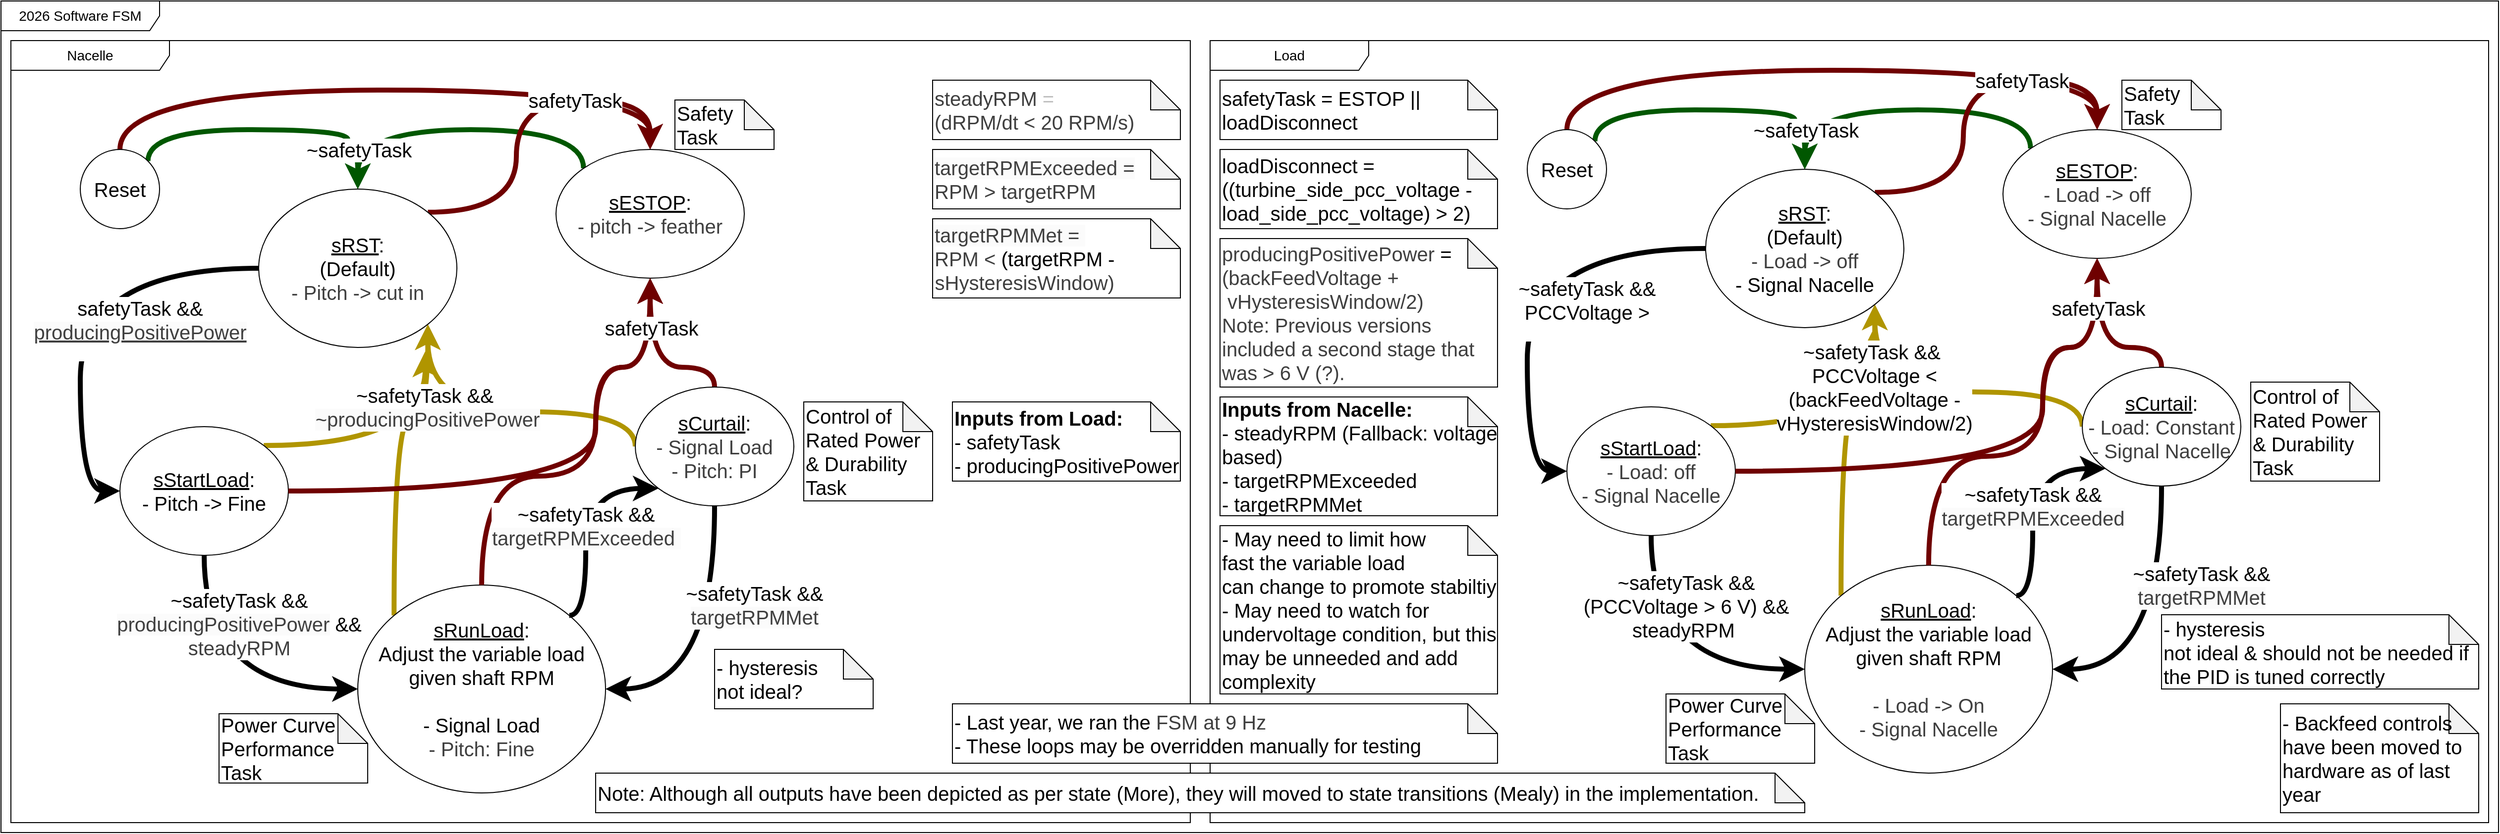
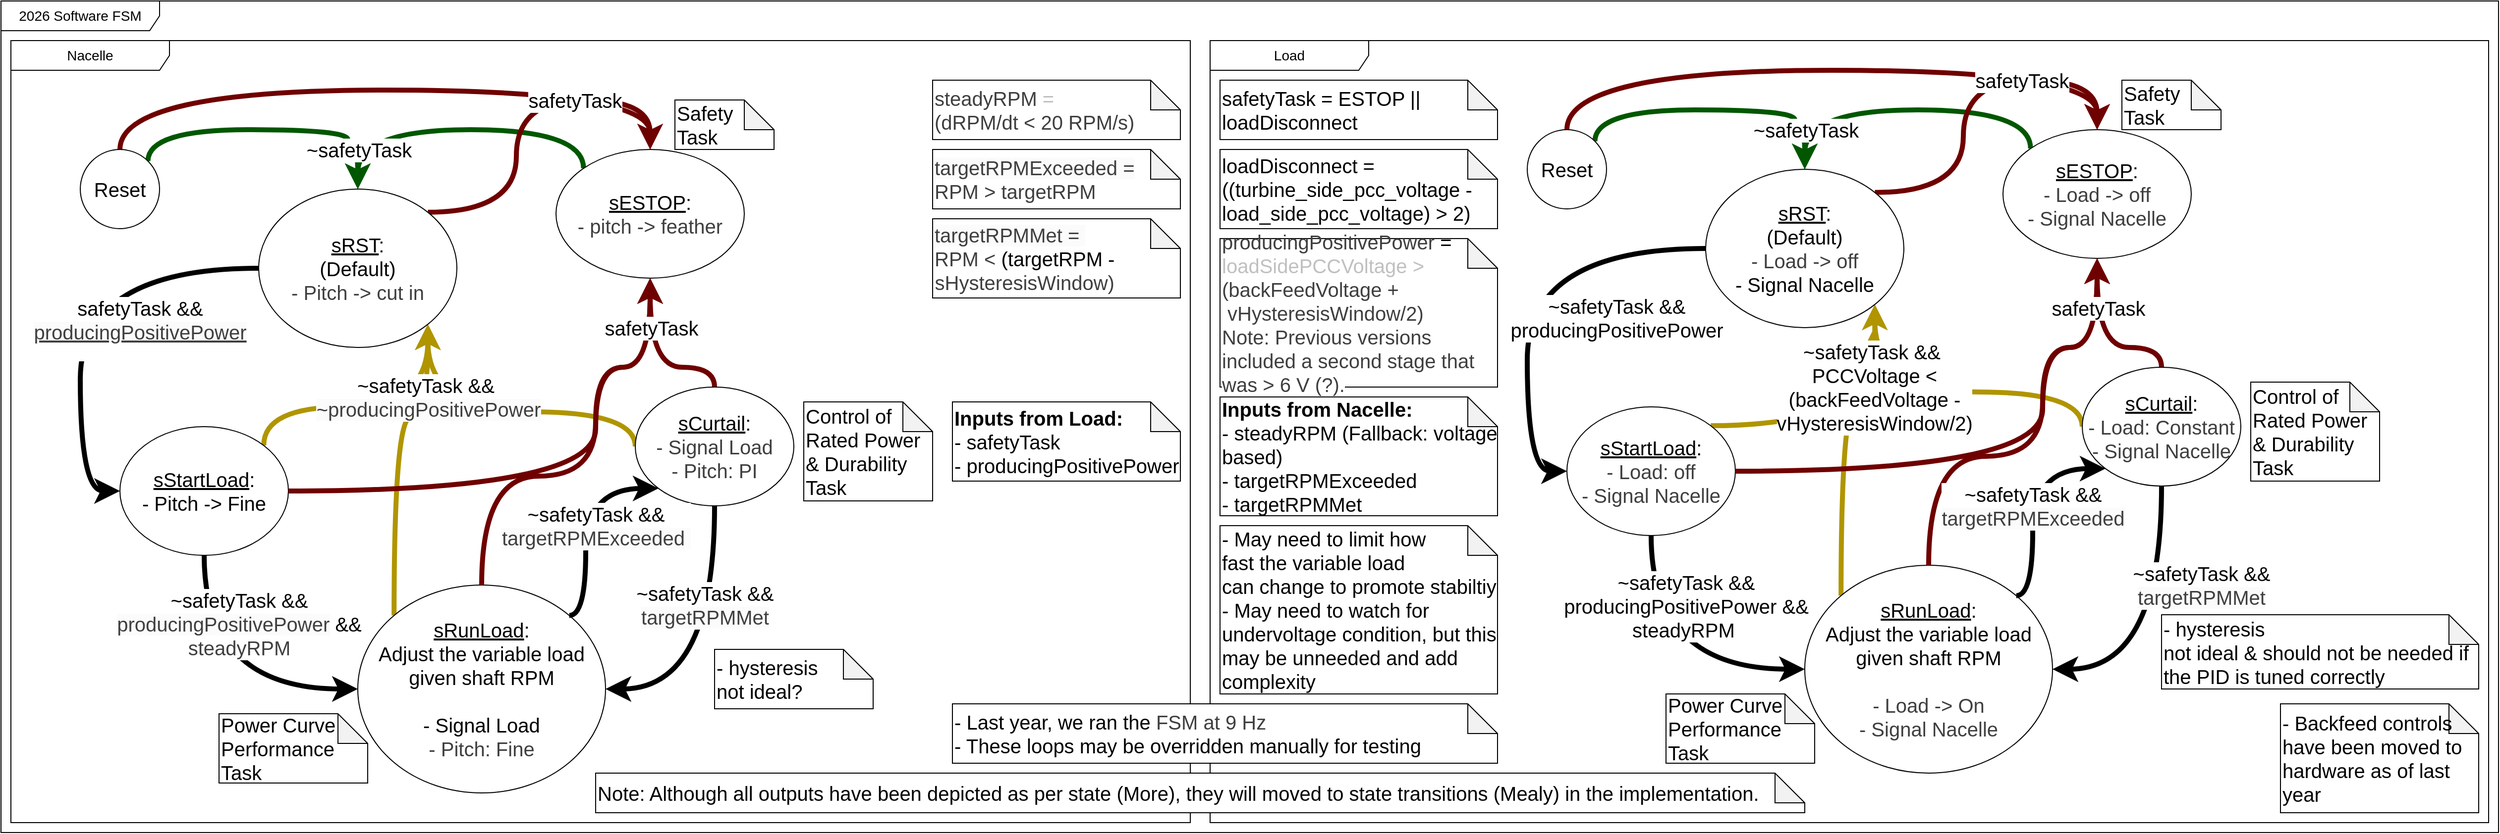
<mxfile host="65bd71144e">
    <diagram id="SB79aGflLbm6-LKJB5wv" name="Page-1">
-         <mxGraphModel dx="889" dy="596" grid="1" gridSize="10" guides="1" tooltips="1" connect="1" arrows="1" fold="1" page="1" pageScale="1" pageWidth="1920" pageHeight="1080" math="0" shadow="0">
+         <mxGraphModel dx="727" dy="662" grid="1" gridSize="10" guides="1" tooltips="1" connect="1" arrows="1" fold="1" page="1" pageScale="1" pageWidth="1920" pageHeight="1080" math="0" shadow="0">
            <root>
                <mxCell id="0"/>
                <mxCell id="1" parent="0"/>
                <mxCell id="31" value="&lt;font&gt;Nacelle&lt;/font&gt;" style="shape=umlFrame;whiteSpace=wrap;html=1;pointerEvents=0;recursiveResize=0;container=0;collapsible=0;width=160;fontSize=14;" parent="1" vertex="1">
                    <mxGeometry x="20" y="50" width="1190" height="790" as="geometry"/>
                </mxCell>
                <mxCell id="54" value="&lt;font&gt;Load&lt;/font&gt;" style="shape=umlFrame;whiteSpace=wrap;html=1;pointerEvents=0;recursiveResize=0;container=1;collapsible=0;width=160;fontSize=14;" parent="1" vertex="1">
                    <mxGeometry x="1230" y="50" width="1290" height="790" as="geometry"/>
                </mxCell>
                <mxCell id="55" style="edgeStyle=orthogonalEdgeStyle;html=1;exitX=0;exitY=0.5;exitDx=0;exitDy=0;entryX=1;entryY=1;entryDx=0;entryDy=0;fillColor=#e3c800;strokeColor=#B09500;curved=1;fontSize=14;endSize=10;startSize=10;strokeWidth=5;" parent="54" source="78" target="81" edge="1">
                    <mxGeometry relative="1" as="geometry">
                        <Array as="points">
                            <mxPoint x="671" y="355"/>
                        </Array>
                    </mxGeometry>
                </mxCell>
                <mxCell id="56" style="edgeStyle=orthogonalEdgeStyle;html=1;exitX=0;exitY=0;exitDx=0;exitDy=0;entryX=1;entryY=1;entryDx=0;entryDy=0;fillColor=#e3c800;strokeColor=#B09500;curved=1;fontSize=14;endSize=10;startSize=10;strokeWidth=5;" parent="54" source="71" target="81" edge="1">
                    <mxGeometry relative="1" as="geometry">
                        <Array as="points">
                            <mxPoint x="637" y="360"/>
                            <mxPoint x="671" y="360"/>
                        </Array>
                    </mxGeometry>
                </mxCell>
                <mxCell id="57" style="edgeStyle=orthogonalEdgeStyle;html=1;exitX=0.5;exitY=0;exitDx=0;exitDy=0;entryX=0.5;entryY=1;entryDx=0;entryDy=0;curved=1;fillColor=#a20025;strokeColor=#6F0000;fontSize=14;endSize=10;startSize=10;strokeWidth=5;" parent="54" source="78" target="74" edge="1">
                    <mxGeometry relative="1" as="geometry">
                        <Array as="points">
                            <mxPoint x="895" y="310"/>
                        </Array>
                    </mxGeometry>
                </mxCell>
                <mxCell id="58" style="edgeStyle=orthogonalEdgeStyle;html=1;exitX=0;exitY=0;exitDx=0;exitDy=0;curved=1;fillColor=#008a00;strokeColor=#005700;entryX=0.5;entryY=0;entryDx=0;entryDy=0;fontSize=14;endSize=10;startSize=10;strokeWidth=5;" parent="54" source="74" target="81" edge="1">
                    <mxGeometry relative="1" as="geometry">
                        <mxPoint x="620" y="200.03999999999996" as="targetPoint"/>
                        <Array as="points">
                            <mxPoint x="828" y="70"/>
                            <mxPoint x="600" y="70"/>
                        </Array>
                    </mxGeometry>
                </mxCell>
                <mxCell id="59" style="edgeStyle=orthogonalEdgeStyle;html=1;exitX=1;exitY=0;exitDx=0;exitDy=0;entryX=0.5;entryY=0;entryDx=0;entryDy=0;curved=1;fillColor=#a20025;strokeColor=#6F0000;fontSize=14;endSize=10;startSize=10;strokeWidth=5;" parent="54" source="81" target="74" edge="1">
                    <mxGeometry relative="1" as="geometry">
                        <Array as="points">
                            <mxPoint x="760" y="153"/>
                            <mxPoint x="760" y="40"/>
                            <mxPoint x="895" y="40"/>
                        </Array>
                    </mxGeometry>
                </mxCell>
                <mxCell id="60" value="&lt;font&gt;&lt;span&gt;- May need to&amp;nbsp;&lt;/span&gt;&lt;span style=&quot;background-color: transparent;&quot;&gt;limit how&lt;/span&gt;&lt;/font&gt;&lt;div&gt;&lt;span style=&quot;background-color: transparent;&quot;&gt;&lt;font&gt;fast the variable load&lt;/font&gt;&lt;/span&gt;&lt;/div&gt;&lt;div&gt;&lt;span style=&quot;background-color: transparent;&quot;&gt;&lt;font&gt;can change to promote stabiltiy&lt;/font&gt;&lt;/span&gt;&lt;div&gt;&lt;font&gt;&lt;span&gt;-&amp;nbsp;&lt;/span&gt;&lt;span style=&quot;text-align: center; background-color: transparent;&quot;&gt;May need to watch for undervoltage condition, but this may be unneeded and add complexity&lt;/span&gt;&lt;/font&gt;&lt;/div&gt;&lt;/div&gt;" style="shape=note;whiteSpace=wrap;html=1;backgroundOutline=1;darkOpacity=0.05;align=left;fontSize=20;" parent="54" vertex="1">
                    <mxGeometry x="10" y="490" width="280" height="170" as="geometry"/>
                </mxCell>
                <mxCell id="62" value="&lt;font&gt;loadDisconnect = ((turbine_side_pcc_voltage - load_side_pcc_voltage) &amp;gt; 2)&lt;/font&gt;" style="shape=note;whiteSpace=wrap;html=1;backgroundOutline=1;darkOpacity=0.05;align=left;fontSize=20;" parent="54" vertex="1">
                    <mxGeometry x="10" y="110" width="280" height="80" as="geometry"/>
                </mxCell>
                <mxCell id="63" style="edgeStyle=orthogonalEdgeStyle;html=1;exitX=1;exitY=0;exitDx=0;exitDy=0;entryX=0.5;entryY=0;entryDx=0;entryDy=0;curved=1;fillColor=#008a00;strokeColor=#005700;fontSize=14;endSize=10;startSize=10;strokeWidth=5;" parent="54" source="67" target="81" edge="1">
                    <mxGeometry relative="1" as="geometry">
                        <Array as="points">
                            <mxPoint x="388" y="70"/>
                            <mxPoint x="590" y="70"/>
                            <mxPoint x="590" y="90"/>
                            <mxPoint x="600" y="90"/>
                        </Array>
                    </mxGeometry>
                </mxCell>
                <mxCell id="64" value="&lt;font style=&quot;color: light-dark(rgb(0, 0, 0), rgb(130, 205, 130)); font-size: 20px;&quot;&gt;~safetyTask&lt;/font&gt;" style="edgeLabel;html=1;align=center;verticalAlign=middle;resizable=0;points=[];fontSize=14;" parent="63" vertex="1" connectable="0">
                    <mxGeometry x="0.2777" y="-3" relative="1" as="geometry">
                        <mxPoint x="50" y="17" as="offset"/>
                    </mxGeometry>
                </mxCell>
                <mxCell id="65" style="edgeStyle=orthogonalEdgeStyle;html=1;exitX=0.5;exitY=0;exitDx=0;exitDy=0;entryX=0.5;entryY=0;entryDx=0;entryDy=0;curved=1;fillColor=#a20025;strokeColor=#6F0000;fontSize=14;endSize=10;startSize=10;strokeWidth=5;" parent="54" source="67" target="74" edge="1">
                    <mxGeometry relative="1" as="geometry">
                        <Array as="points">
                            <mxPoint x="360" y="30"/>
                            <mxPoint x="895" y="30"/>
                        </Array>
                    </mxGeometry>
                </mxCell>
                <mxCell id="66" value="&lt;font style=&quot;color: light-dark(rgb(0, 0, 0), rgb(255, 197, 197)); font-size: 20px;&quot;&gt;safetyTask&lt;/font&gt;" style="edgeLabel;html=1;align=center;verticalAlign=middle;resizable=0;points=[];fontSize=14;" parent="65" vertex="1" connectable="0">
                    <mxGeometry x="0.0694" y="-1" relative="1" as="geometry">
                        <mxPoint x="169" y="9" as="offset"/>
                    </mxGeometry>
                </mxCell>
                <mxCell id="67" value="&lt;font&gt;Reset&lt;/font&gt;" style="ellipse;whiteSpace=wrap;html=1;fontSize=20;" parent="54" vertex="1">
                    <mxGeometry x="320" y="90" width="80" height="80" as="geometry"/>
                </mxCell>
                <mxCell id="68" style="edgeStyle=orthogonalEdgeStyle;html=1;exitX=1;exitY=0;exitDx=0;exitDy=0;curved=1;fillColor=#e3c800;strokeColor=#B09500;fontSize=14;strokeWidth=5;endSize=10;startSize=10;" parent="54" source="70" edge="1">
                    <mxGeometry relative="1" as="geometry">
                        <mxPoint x="668" y="294" as="targetPoint"/>
                    </mxGeometry>
                </mxCell>
                <mxCell id="69" value="&lt;div&gt;&lt;font style=&quot;color: light-dark(rgb(0, 0, 0), rgb(141, 118, 0)); font-size: 20px;&quot;&gt;&lt;font&gt;~safetyTask&lt;/font&gt;&lt;span style=&quot;background-color: light-dark(#ffffff, var(--ge-dark-color, #121212));&quot;&gt;&amp;nbsp;&amp;amp;&amp;amp;&amp;nbsp;&lt;/span&gt;&lt;/font&gt;&lt;/div&gt;&lt;font style=&quot;color: light-dark(rgb(0, 0, 0), rgb(141, 118, 0)); font-size: 20px;&quot;&gt;PCCVoltage &amp;lt;&lt;/font&gt;&lt;div&gt;&lt;font&gt;&lt;span style=&quot;background-color: light-dark(#ffffff, var(--ge-dark-color, #121212));&quot;&gt;&lt;font style=&quot;color: light-dark(rgb(0, 0, 0), rgb(141, 118, 0)); font-size: 20px;&quot;&gt;(backFeedVoltage -&lt;/font&gt;&lt;/span&gt;&lt;/font&gt;&lt;div style=&quot;scrollbar-color: rgb(75, 75, 75) rgb(27, 29, 30);&quot;&gt;&lt;font style=&quot;scrollbar-color: rgb(75, 75, 75) rgb(27, 29, 30); color: light-dark(rgb(0, 0, 0), rgb(141, 118, 0)); font-size: 20px;&quot;&gt;vHysteresisWindow/2)&lt;/font&gt;&lt;/div&gt;&lt;/div&gt;" style="edgeLabel;html=1;align=center;verticalAlign=middle;resizable=0;points=[];fontSize=14;" parent="68" vertex="1" connectable="0">
                    <mxGeometry x="-0.206" relative="1" as="geometry">
                        <mxPoint x="62" y="-39" as="offset"/>
                    </mxGeometry>
                </mxCell>
                <mxCell id="70" value="&lt;div&gt;&lt;font style=&quot;font-size: 20px;&quot;&gt;&lt;u&gt;sStartLoad&lt;/u&gt;:&lt;/font&gt;&lt;/div&gt;&lt;div&gt;&lt;div style=&quot;scrollbar-color: rgb(75, 75, 75) rgb(27, 29, 30);&quot;&gt;&lt;span style=&quot;color: rgb(63, 63, 63); font-size: 20px; background-color: transparent;&quot;&gt;- Load: off&lt;/span&gt;&lt;/div&gt;&lt;div style=&quot;scrollbar-color: rgb(75, 75, 75) rgb(27, 29, 30);&quot;&gt;&lt;span style=&quot;color: rgb(63, 63, 63); font-size: 20px;&quot;&gt;- Signal Nacelle&lt;/span&gt;&lt;/div&gt;&lt;/div&gt;" style="ellipse;whiteSpace=wrap;html=1;fontSize=14;" parent="54" vertex="1">
                    <mxGeometry x="360" y="370" width="170" height="130" as="geometry"/>
                </mxCell>
                <mxCell id="71" value="&lt;div&gt;&lt;font style=&quot;font-size: 20px;&quot;&gt;&lt;u&gt;sRunLoad&lt;/u&gt;:&lt;/font&gt;&lt;/div&gt;&lt;div&gt;&lt;font style=&quot;font-size: 20px;&quot;&gt;&lt;span&gt;Adjust the variable load&lt;/span&gt;&lt;/font&gt;&lt;/div&gt;&lt;div&gt;&lt;font style=&quot;font-size: 20px;&quot;&gt;&lt;font&gt;&lt;span&gt;given&amp;nbsp;&lt;/span&gt;&lt;/font&gt;&lt;span style=&quot;background-color: transparent;&quot;&gt;&lt;font&gt;shaft RPM&lt;/font&gt;&lt;/span&gt;&lt;/font&gt;&lt;/div&gt;&lt;div&gt;&lt;font style=&quot;font-size: 20px;&quot;&gt;&lt;span&gt;&lt;br&gt;&lt;/span&gt;&lt;/font&gt;&lt;/div&gt;&lt;div&gt;&lt;span style=&quot;color: rgb(63, 63, 63); font-size: 20px; background-color: transparent;&quot;&gt;- Load -&amp;gt; On&lt;/span&gt;&lt;/div&gt;&lt;div&gt;&lt;span style=&quot;color: rgb(63, 63, 63); font-size: 20px;&quot;&gt;- Signal Nacelle&lt;/span&gt;&lt;/div&gt;" style="ellipse;whiteSpace=wrap;html=1;fontSize=14;" parent="54" vertex="1">
                    <mxGeometry x="600" y="530" width="250" height="210" as="geometry"/>
                </mxCell>
-                 <mxCell id="72" value="&lt;div&gt;&lt;font style=&quot;font-size: 20px;&quot;&gt;&lt;span&gt;~safetyTask &amp;amp;&amp;amp;&lt;/span&gt;&lt;/font&gt;&lt;/div&gt;&lt;font style=&quot;font-size: 20px;&quot;&gt;(PCCVoltage &amp;gt;&amp;nbsp;&lt;span&gt;6 V) &amp;amp;&amp;amp;&lt;/span&gt;&lt;/font&gt;&lt;div&gt;&lt;font style=&quot;font-size: 20px;&quot;&gt;&lt;span&gt;steadyRPM&lt;/span&gt;&lt;/font&gt;&lt;span style=&quot;color: rgb(192, 192, 192); font-size: 20px; background-color: light-dark(#ffffff, var(--ge-dark-color, #121212));&quot;&gt;&amp;nbsp;&lt;/span&gt;&lt;/div&gt;" style="edgeStyle=orthogonalEdgeStyle;html=1;exitX=0.5;exitY=1;exitDx=0;exitDy=0;entryX=0;entryY=0.5;entryDx=0;entryDy=0;curved=1;fontSize=14;endSize=10;startSize=10;strokeWidth=5;" parent="54" source="70" target="71" edge="1">
+                 <mxCell id="72" value="&lt;div&gt;&lt;font style=&quot;font-size: 20px;&quot;&gt;&lt;span&gt;~safetyTask &amp;amp;&amp;amp;&lt;/span&gt;&lt;/font&gt;&lt;/div&gt;&lt;font style=&quot;font-size: 20px;&quot;&gt;&lt;span&gt;producingPositivePower &amp;amp;&amp;amp;&lt;/span&gt;&lt;/font&gt;&lt;div&gt;&lt;font style=&quot;font-size: 20px;&quot;&gt;&lt;span&gt;steadyRPM&lt;/span&gt;&lt;/font&gt;&lt;span style=&quot;color: rgb(192, 192, 192); font-size: 20px; background-color: light-dark(#ffffff, var(--ge-dark-color, #121212));&quot;&gt;&amp;nbsp;&lt;/span&gt;&lt;/div&gt;" style="edgeStyle=orthogonalEdgeStyle;html=1;exitX=0.5;exitY=1;exitDx=0;exitDy=0;entryX=0;entryY=0.5;entryDx=0;entryDy=0;curved=1;fontSize=14;endSize=10;startSize=10;strokeWidth=5;" parent="54" source="70" target="71" edge="1">
                    <mxGeometry x="-0.519" y="35" relative="1" as="geometry">
                        <mxPoint y="1" as="offset"/>
                    </mxGeometry>
                </mxCell>
                <mxCell id="73" value="&lt;span style=&quot;background-color: transparent; text-align: center;&quot;&gt;&lt;font style=&quot;font-size: 20px;&quot;&gt;- hysteresis&lt;/font&gt;&lt;/span&gt;&lt;div&gt;&lt;span style=&quot;background-color: transparent; text-align: center;&quot;&gt;&lt;font style=&quot;font-size: 20px;&quot;&gt;not ideal &amp;amp; should not be needed if the PID is tuned correctly&lt;/font&gt;&lt;/span&gt;&lt;/div&gt;" style="shape=note;whiteSpace=wrap;html=1;backgroundOutline=1;darkOpacity=0.05;align=left;fontSize=14;" parent="54" vertex="1">
                    <mxGeometry x="960" y="580" width="320" height="75" as="geometry"/>
                </mxCell>
                <mxCell id="74" value="&lt;div&gt;&lt;font style=&quot;font-size: 20px;&quot;&gt;&lt;u&gt;sESTOP&lt;/u&gt;:&lt;/font&gt;&lt;/div&gt;&lt;div&gt;&lt;font style=&quot;font-size: 20px;&quot;&gt;&lt;div style=&quot;scrollbar-color: rgb(75, 75, 75) rgb(27, 29, 30);&quot;&gt;&lt;span style=&quot;color: rgb(63, 63, 63); background-color: transparent;&quot;&gt;- Load -&amp;gt; off&lt;/span&gt;&lt;/div&gt;&lt;/font&gt;&lt;/div&gt;&lt;div&gt;&lt;span style=&quot;color: rgb(63, 63, 63); font-size: 20px;&quot;&gt;- Signal Nacelle&lt;/span&gt;&lt;/div&gt;" style="ellipse;whiteSpace=wrap;html=1;fontSize=14;" parent="54" vertex="1">
                    <mxGeometry x="800" y="90" width="190" height="130" as="geometry"/>
                </mxCell>
                <mxCell id="75" style="edgeStyle=orthogonalEdgeStyle;html=1;exitX=0.5;exitY=0;exitDx=0;exitDy=0;entryX=0.5;entryY=1;entryDx=0;entryDy=0;curved=1;fillColor=#a20025;strokeColor=#6F0000;fontSize=14;endSize=10;startSize=10;strokeWidth=5;" parent="54" source="71" target="74" edge="1">
                    <mxGeometry relative="1" as="geometry">
                        <Array as="points">
                            <mxPoint x="725" y="420"/>
                            <mxPoint x="840" y="420"/>
                            <mxPoint x="840" y="310"/>
                            <mxPoint x="895" y="310"/>
                        </Array>
                    </mxGeometry>
                </mxCell>
                <mxCell id="76" style="edgeStyle=orthogonalEdgeStyle;html=1;exitX=1;exitY=0.5;exitDx=0;exitDy=0;entryX=0.5;entryY=1;entryDx=0;entryDy=0;curved=1;fillColor=#a20025;strokeColor=#6F0000;fontSize=14;endSize=10;startSize=10;strokeWidth=5;" parent="54" source="70" target="74" edge="1">
                    <mxGeometry relative="1" as="geometry">
                        <Array as="points">
                            <mxPoint x="840" y="435"/>
                            <mxPoint x="840" y="310"/>
                            <mxPoint x="895" y="310"/>
                        </Array>
                    </mxGeometry>
                </mxCell>
                <mxCell id="77" value="&lt;font style=&quot;color: light-dark(rgb(0, 0, 0), rgb(255, 197, 197)); font-size: 20px;&quot;&gt;safetyTask&lt;/font&gt;" style="edgeLabel;html=1;align=center;verticalAlign=middle;resizable=0;points=[];fontSize=14;" parent="76" vertex="1" connectable="0">
                    <mxGeometry x="0.6492" y="16" relative="1" as="geometry">
                        <mxPoint x="12" y="-24" as="offset"/>
                    </mxGeometry>
                </mxCell>
                <mxCell id="78" value="&lt;div&gt;&lt;font style=&quot;font-size: 20px;&quot;&gt;&lt;u&gt;sCurtail&lt;/u&gt;:&lt;/font&gt;&lt;/div&gt;&lt;div&gt;&lt;div style=&quot;scrollbar-color: rgb(75, 75, 75) rgb(27, 29, 30);&quot;&gt;&lt;span style=&quot;color: rgb(63, 63, 63); font-size: 20px; background-color: transparent;&quot;&gt;- Load: Constant&lt;/span&gt;&lt;/div&gt;&lt;div style=&quot;scrollbar-color: rgb(75, 75, 75) rgb(27, 29, 30);&quot;&gt;&lt;span style=&quot;color: rgb(63, 63, 63); font-size: 20px;&quot;&gt;- Signal Nacelle&lt;/span&gt;&lt;/div&gt;&lt;/div&gt;" style="ellipse;whiteSpace=wrap;html=1;fontSize=14;" parent="54" vertex="1">
                    <mxGeometry x="880" y="330" width="160" height="120" as="geometry"/>
                </mxCell>
                <mxCell id="79" value="&lt;div&gt;&lt;font style=&quot;font-size: 20px;&quot;&gt;~safetyTask &amp;amp;&amp;amp;&lt;/font&gt;&lt;/div&gt;&lt;span style=&quot;color: rgb(63, 63, 63); font-size: 20px; text-align: left; text-wrap-mode: wrap; background-color: rgb(251, 251, 251);&quot;&gt;targetRPMExceeded&lt;/span&gt;" style="edgeStyle=orthogonalEdgeStyle;html=1;exitX=1;exitY=0;exitDx=0;exitDy=0;entryX=0;entryY=1;entryDx=0;entryDy=0;curved=1;fontSize=14;endSize=10;startSize=10;strokeWidth=5;" parent="54" source="71" target="78" edge="1">
                    <mxGeometry x="-0.016" relative="1" as="geometry">
                        <Array as="points">
                            <mxPoint x="830" y="561"/>
                            <mxPoint x="830" y="432"/>
                        </Array>
                        <mxPoint as="offset"/>
                    </mxGeometry>
                </mxCell>
                <mxCell id="80" value="&lt;font style=&quot;font-size: 20px;&quot;&gt;~safetyTask &amp;amp;&amp;amp;&lt;/font&gt;&lt;div&gt;&lt;span style=&quot;color: rgb(63, 63, 63); font-size: 20px; text-align: left; text-wrap-mode: wrap; background-color: rgb(251, 251, 251);&quot;&gt;targetRPMMet&lt;/span&gt;&lt;/div&gt;" style="edgeStyle=orthogonalEdgeStyle;html=1;exitX=0.5;exitY=1;exitDx=0;exitDy=0;entryX=1;entryY=0.5;entryDx=0;entryDy=0;curved=1;fontSize=14;endSize=10;startSize=10;strokeWidth=5;" parent="54" source="78" target="71" edge="1">
                    <mxGeometry x="-0.3221" y="40" relative="1" as="geometry">
                        <mxPoint as="offset"/>
                    </mxGeometry>
                </mxCell>
                <mxCell id="81" value="&lt;div&gt;&lt;font style=&quot;font-size: 20px;&quot;&gt;&lt;u&gt;sRST&lt;/u&gt;:&lt;/font&gt;&lt;/div&gt;&lt;div&gt;&lt;font style=&quot;font-size: 20px;&quot;&gt;(Default)&lt;/font&gt;&lt;/div&gt;&lt;div&gt;&lt;span style=&quot;color: rgb(63, 63, 63); font-size: 20px; background-color: transparent;&quot;&gt;- Load -&amp;gt; off&lt;/span&gt;&lt;/div&gt;&lt;div&gt;&lt;font style=&quot;font-size: 20px;&quot;&gt;- Signal Nacelle&lt;/font&gt;&lt;/div&gt;" style="ellipse;whiteSpace=wrap;html=1;fontSize=14;" parent="54" vertex="1">
                    <mxGeometry x="500" y="130" width="200" height="160" as="geometry"/>
                </mxCell>
-                 <mxCell id="82" value="&lt;font style=&quot;font-size: 20px;&quot;&gt;&lt;span&gt;~safetyTask &amp;amp;&amp;amp;&lt;/span&gt;&lt;/font&gt;&lt;div&gt;&lt;font style=&quot;font-size: 20px;&quot;&gt;PCCVoltage &amp;gt;&lt;/font&gt;&lt;div&gt;&lt;br&gt;&lt;/div&gt;&lt;/div&gt;" style="edgeStyle=orthogonalEdgeStyle;html=1;exitX=0;exitY=0.5;exitDx=0;exitDy=0;entryX=0;entryY=0.5;entryDx=0;entryDy=0;curved=1;fontSize=14;endSize=10;startSize=10;strokeWidth=5;" parent="54" source="81" target="70" edge="1">
-                     <mxGeometry x="0.0835" y="60" relative="1" as="geometry">
+                 <mxCell id="82" value="&lt;font style=&quot;font-size: 20px;&quot;&gt;&lt;span&gt;~safetyTask &amp;amp;&amp;amp;&lt;/span&gt;&lt;/font&gt;&lt;div&gt;&lt;div&gt;&lt;span style=&quot;font-size: 20px;&quot;&gt;producingPositivePower&lt;/span&gt;&lt;/div&gt;&lt;/div&gt;" style="edgeStyle=orthogonalEdgeStyle;html=1;exitX=0;exitY=0.5;exitDx=0;exitDy=0;entryX=0;entryY=0.5;entryDx=0;entryDy=0;curved=1;fontSize=14;endSize=10;startSize=10;strokeWidth=5;" parent="54" source="81" target="70" edge="1">
+                     <mxGeometry x="-0.5955" y="70" relative="1" as="geometry">
                        <Array as="points">
                            <mxPoint x="320" y="210"/>
                            <mxPoint x="320" y="435"/>
                        </Array>
                        <mxPoint as="offset"/>
                    </mxGeometry>
                </mxCell>
                <mxCell id="83" value="&lt;span&gt;&lt;font style=&quot;font-size: 20px;&quot;&gt;Power Curve&lt;/font&gt;&lt;/span&gt;&lt;div&gt;&lt;span&gt;&lt;font style=&quot;font-size: 20px;&quot;&gt;Performance Task&lt;/font&gt;&lt;/span&gt;&lt;/div&gt;" style="shape=note;whiteSpace=wrap;html=1;backgroundOutline=1;darkOpacity=0.05;align=left;fontSize=14;" parent="54" vertex="1">
                    <mxGeometry x="460" y="660" width="150" height="70" as="geometry"/>
                </mxCell>
                <mxCell id="84" value="&lt;div&gt;&lt;span&gt;&lt;font style=&quot;font-size: 20px;&quot;&gt;Control of&lt;/font&gt;&lt;/span&gt;&lt;/div&gt;&lt;div&gt;&lt;font style=&quot;font-size: 20px;&quot;&gt;&lt;span&gt;Rated&amp;nbsp;&lt;/span&gt;&lt;span style=&quot;background-color: transparent;&quot;&gt;&lt;font&gt;Power&lt;/font&gt;&lt;/span&gt;&lt;/font&gt;&lt;/div&gt;&lt;div&gt;&lt;span style=&quot;background-color: transparent;&quot;&gt;&lt;font style=&quot;font-size: 20px;&quot;&gt;&amp;amp; Durability Task&lt;/font&gt;&lt;/span&gt;&lt;/div&gt;" style="shape=note;whiteSpace=wrap;html=1;backgroundOutline=1;darkOpacity=0.05;align=left;fontSize=14;" parent="54" vertex="1">
                    <mxGeometry x="1050" y="345" width="130" height="100" as="geometry"/>
                </mxCell>
                <mxCell id="85" value="&lt;div&gt;&lt;span&gt;&lt;font style=&quot;font-size: 20px;&quot;&gt;Safety Task&lt;/font&gt;&lt;/span&gt;&lt;/div&gt;" style="shape=note;whiteSpace=wrap;html=1;backgroundOutline=1;darkOpacity=0.05;align=left;fontSize=14;" parent="54" vertex="1">
                    <mxGeometry x="920" y="40" width="100" height="50" as="geometry"/>
                </mxCell>
                <mxCell id="87" value="&lt;span style=&quot;font-size: 20px;&quot;&gt;safetyTask = ESTOP || loadDisconnect&lt;/span&gt;" style="shape=note;whiteSpace=wrap;html=1;backgroundOutline=1;darkOpacity=0.05;align=left;fontSize=14;" parent="54" vertex="1">
                    <mxGeometry x="10" y="40" width="280" height="60" as="geometry"/>
                </mxCell>
                <mxCell id="153" value="&lt;div&gt;&lt;span style=&quot;font-size: 20px;&quot;&gt;&lt;b&gt;Inputs from Nacelle:&lt;/b&gt;&lt;/span&gt;&lt;/div&gt;&lt;span style=&quot;font-size: 20px;&quot;&gt;- steadyRPM (Fallback: voltage based)&lt;/span&gt;&lt;div&gt;&lt;span style=&quot;font-size: 20px;&quot;&gt;- targetRPMExceeded&lt;/span&gt;&lt;/div&gt;&lt;div&gt;&lt;span style=&quot;font-size: 20px;&quot;&gt;- targetRPMMet&lt;/span&gt;&lt;/div&gt;" style="shape=note;whiteSpace=wrap;html=1;backgroundOutline=1;darkOpacity=0.05;align=left;fontSize=14;" parent="54" vertex="1">
                    <mxGeometry x="10" y="360" width="280" height="120" as="geometry"/>
                </mxCell>
-                 <mxCell id="154" value="&lt;font&gt;&lt;span style=&quot;color: rgb(63, 63, 63);&quot;&gt;producingPositivePower&amp;nbsp;&lt;/span&gt;=&amp;nbsp;&lt;/font&gt;&lt;div&gt;&lt;span style=&quot;color: rgb(63, 63, 63); background-color: rgb(255, 255, 255); text-align: center; text-wrap-mode: nowrap;&quot;&gt;(backFeedVoltage +&lt;/span&gt;&lt;/div&gt;&lt;div&gt;&lt;span style=&quot;color: rgb(63, 63, 63); background-color: rgb(255, 255, 255); text-align: center; text-wrap-mode: nowrap;&quot;&gt;&amp;nbsp;vHysteresisWindow/2)&lt;/span&gt;&lt;/div&gt;&lt;div&gt;&lt;span style=&quot;color: rgb(63, 63, 63); background-color: rgb(255, 255, 255); text-align: center; text-wrap-mode: nowrap;&quot;&gt;Note: Previous versions&lt;/span&gt;&lt;/div&gt;&lt;div&gt;&lt;span style=&quot;color: rgb(63, 63, 63); background-color: rgb(255, 255, 255); text-align: center; text-wrap-mode: nowrap;&quot;&gt;included a second stage that&lt;/span&gt;&lt;/div&gt;&lt;div&gt;&lt;span style=&quot;color: rgb(63, 63, 63); background-color: rgb(255, 255, 255); text-align: center; text-wrap-mode: nowrap;&quot;&gt;was &amp;gt; 6 V (?).&lt;/span&gt;&lt;/div&gt;" style="shape=note;whiteSpace=wrap;html=1;backgroundOutline=1;darkOpacity=0.05;align=left;fontSize=20;" parent="54" vertex="1">
+                 <mxCell id="154" value="&lt;font&gt;&lt;span style=&quot;color: rgb(63, 63, 63);&quot;&gt;producingPositivePower&amp;nbsp;&lt;/span&gt;=&lt;/font&gt;&lt;div&gt;&lt;font&gt;&lt;span style=&quot;color: rgb(192, 192, 192);&quot;&gt;loadSidePCCVoltage &amp;gt;&lt;/span&gt;&amp;nbsp;&lt;/font&gt;&lt;div&gt;&lt;span style=&quot;color: rgb(63, 63, 63); background-color: rgb(255, 255, 255); text-align: center; text-wrap-mode: nowrap;&quot;&gt;(backFeedVoltage +&lt;/span&gt;&lt;/div&gt;&lt;div&gt;&lt;span style=&quot;color: rgb(63, 63, 63); background-color: rgb(255, 255, 255); text-align: center; text-wrap-mode: nowrap;&quot;&gt;&amp;nbsp;vHysteresisWindow/2)&lt;/span&gt;&lt;/div&gt;&lt;div&gt;&lt;span style=&quot;color: rgb(63, 63, 63); background-color: rgb(255, 255, 255); text-align: center; text-wrap-mode: nowrap;&quot;&gt;Note: Previous versions&lt;/span&gt;&lt;/div&gt;&lt;div&gt;&lt;span style=&quot;color: rgb(63, 63, 63); background-color: rgb(255, 255, 255); text-align: center; text-wrap-mode: nowrap;&quot;&gt;included a second stage that&lt;/span&gt;&lt;/div&gt;&lt;div&gt;&lt;span style=&quot;color: rgb(63, 63, 63); background-color: rgb(255, 255, 255); text-align: center; text-wrap-mode: nowrap;&quot;&gt;was &amp;gt; 6 V (?).&lt;/span&gt;&lt;/div&gt;&lt;/div&gt;" style="shape=note;whiteSpace=wrap;html=1;backgroundOutline=1;darkOpacity=0.05;align=left;fontSize=20;" parent="54" vertex="1">
                    <mxGeometry x="10" y="200" width="280" height="150" as="geometry"/>
                </mxCell>
                <mxCell id="38" style="edgeStyle=orthogonalEdgeStyle;html=1;exitX=0;exitY=0.5;exitDx=0;exitDy=0;entryX=1;entryY=1;entryDx=0;entryDy=0;fillColor=#e3c800;strokeColor=#B09500;curved=1;fontSize=14;endSize=10;startSize=10;strokeWidth=5;" parent="1" source="3" target="5" edge="1">
                    <mxGeometry relative="1" as="geometry">
                        <Array as="points">
                            <mxPoint x="441" y="425"/>
                        </Array>
                    </mxGeometry>
                </mxCell>
                <mxCell id="37" style="edgeStyle=orthogonalEdgeStyle;html=1;exitX=0;exitY=0;exitDx=0;exitDy=0;entryX=1;entryY=1;entryDx=0;entryDy=0;fillColor=#e3c800;strokeColor=#B09500;curved=1;fontSize=14;endSize=10;startSize=10;strokeWidth=5;" parent="1" source="2" target="5" edge="1">
                    <mxGeometry relative="1" as="geometry">
                        <Array as="points">
                            <mxPoint x="407" y="430"/>
                            <mxPoint x="441" y="430"/>
                        </Array>
                    </mxGeometry>
                </mxCell>
                <mxCell id="29" style="edgeStyle=orthogonalEdgeStyle;html=1;exitX=0.5;exitY=0;exitDx=0;exitDy=0;entryX=0.5;entryY=1;entryDx=0;entryDy=0;curved=1;fillColor=#a20025;strokeColor=#6F0000;fontSize=14;endSize=10;startSize=10;strokeWidth=5;" parent="1" source="3" target="8" edge="1">
                    <mxGeometry relative="1" as="geometry">
                        <Array as="points">
                            <mxPoint x="665" y="380"/>
                        </Array>
                    </mxGeometry>
                </mxCell>
                <mxCell id="19" style="edgeStyle=orthogonalEdgeStyle;html=1;exitX=0;exitY=0;exitDx=0;exitDy=0;curved=1;fillColor=#008a00;strokeColor=#005700;entryX=0.5;entryY=0;entryDx=0;entryDy=0;fontSize=14;endSize=10;startSize=10;strokeWidth=5;" parent="1" source="8" target="5" edge="1">
                    <mxGeometry relative="1" as="geometry">
                        <mxPoint x="390" y="270.03999999999996" as="targetPoint"/>
                        <Array as="points">
                            <mxPoint x="598" y="140"/>
                            <mxPoint x="370" y="140"/>
                        </Array>
                    </mxGeometry>
                </mxCell>
                <mxCell id="17" style="edgeStyle=orthogonalEdgeStyle;html=1;exitX=1;exitY=0;exitDx=0;exitDy=0;entryX=0.5;entryY=0;entryDx=0;entryDy=0;curved=1;fillColor=#a20025;strokeColor=#6F0000;fontSize=14;endSize=10;startSize=10;strokeWidth=5;" parent="1" source="5" target="8" edge="1">
                    <mxGeometry relative="1" as="geometry">
                        <Array as="points">
                            <mxPoint x="530" y="223"/>
                            <mxPoint x="530" y="110"/>
                            <mxPoint x="665" y="110"/>
                        </Array>
                    </mxGeometry>
                </mxCell>
                <mxCell id="7" style="edgeStyle=orthogonalEdgeStyle;html=1;exitX=1;exitY=0;exitDx=0;exitDy=0;entryX=0.5;entryY=0;entryDx=0;entryDy=0;curved=1;fillColor=#008a00;strokeColor=#005700;fontSize=14;endSize=10;startSize=10;strokeWidth=5;" parent="1" source="6" target="5" edge="1">
                    <mxGeometry relative="1" as="geometry">
                        <Array as="points">
                            <mxPoint x="158" y="140"/>
                            <mxPoint x="360" y="140"/>
                            <mxPoint x="360" y="160"/>
                            <mxPoint x="370" y="160"/>
                        </Array>
                    </mxGeometry>
                </mxCell>
                <mxCell id="11" value="&lt;font style=&quot;color: light-dark(rgb(0, 0, 0), rgb(130, 205, 130)); font-size: 20px;&quot;&gt;~safetyTask&lt;/font&gt;" style="edgeLabel;html=1;align=center;verticalAlign=middle;resizable=0;points=[];fontSize=14;" parent="7" vertex="1" connectable="0">
                    <mxGeometry x="0.2777" y="-3" relative="1" as="geometry">
                        <mxPoint x="50" y="17" as="offset"/>
                    </mxGeometry>
                </mxCell>
                <mxCell id="9" style="edgeStyle=orthogonalEdgeStyle;html=1;exitX=0.5;exitY=0;exitDx=0;exitDy=0;entryX=0.5;entryY=0;entryDx=0;entryDy=0;curved=1;fillColor=#a20025;strokeColor=#6F0000;fontSize=14;endSize=10;startSize=10;strokeWidth=5;" parent="1" source="6" target="8" edge="1">
                    <mxGeometry relative="1" as="geometry">
                        <Array as="points">
                            <mxPoint x="130" y="100"/>
                            <mxPoint x="665" y="100"/>
                        </Array>
                    </mxGeometry>
                </mxCell>
                <mxCell id="10" value="&lt;font style=&quot;color: light-dark(rgb(0, 0, 0), rgb(255, 197, 197)); font-size: 20px;&quot;&gt;safetyTask&lt;/font&gt;" style="edgeLabel;html=1;align=center;verticalAlign=middle;resizable=0;points=[];fontSize=14;" parent="9" vertex="1" connectable="0">
                    <mxGeometry x="0.0694" y="-1" relative="1" as="geometry">
                        <mxPoint x="169" y="9" as="offset"/>
                    </mxGeometry>
                </mxCell>
                <mxCell id="6" value="&lt;font&gt;Reset&lt;/font&gt;" style="ellipse;whiteSpace=wrap;html=1;fontSize=20;" parent="1" vertex="1">
                    <mxGeometry x="90" y="160" width="80" height="80" as="geometry"/>
                </mxCell>
-                 <mxCell id="35" style="edgeStyle=orthogonalEdgeStyle;html=1;exitX=1;exitY=0;exitDx=0;exitDy=0;curved=1;fillColor=#e3c800;strokeColor=#B09500;fontSize=14;strokeWidth=5;endSize=10;startSize=10;" parent="1" source="22" edge="1">
+                 <mxCell id="35" style="edgeStyle=orthogonalEdgeStyle;html=1;exitX=1;exitY=0;exitDx=0;exitDy=0;curved=1;fillColor=#e3c800;strokeColor=#B09500;fontSize=14;strokeWidth=5;endSize=10;startSize=10;entryX=1;entryY=1;entryDx=0;entryDy=0;" parent="1" source="22" edge="1" target="5">
                    <mxGeometry relative="1" as="geometry">
                        <mxPoint x="438" y="364" as="targetPoint"/>
+                         <Array as="points">
+                             <mxPoint x="275" y="420"/>
+                             <mxPoint x="441" y="420"/>
+                         </Array>
                    </mxGeometry>
                </mxCell>
                <mxCell id="39" value="&lt;div&gt;&lt;font style=&quot;color: light-dark(rgb(0, 0, 0), rgb(141, 118, 0)); font-size: 20px;&quot;&gt;&lt;font&gt;~safetyTask&lt;/font&gt;&lt;span style=&quot;background-color: light-dark(#ffffff, var(--ge-dark-color, #121212));&quot;&gt;&amp;nbsp;&amp;amp;&amp;amp;&amp;nbsp;&lt;/span&gt;&lt;/font&gt;&lt;/div&gt;&lt;span style=&quot;color: rgb(63, 63, 63); font-size: 20px; text-align: left; text-wrap-mode: wrap; background-color: rgb(251, 251, 251);&quot;&gt;~producingPositivePower&lt;/span&gt;" style="edgeLabel;html=1;align=center;verticalAlign=middle;resizable=0;points=[];fontSize=14;" parent="35" vertex="1" connectable="0">
                    <mxGeometry x="-0.206" relative="1" as="geometry">
-                         <mxPoint x="62" y="-39" as="offset"/>
+                         <mxPoint x="90" y="-10" as="offset"/>
                    </mxGeometry>
                </mxCell>
                <mxCell id="22" value="&lt;div&gt;&lt;font style=&quot;font-size: 20px;&quot;&gt;&lt;u&gt;sStartLoad&lt;/u&gt;:&lt;/font&gt;&lt;/div&gt;&lt;div&gt;&lt;div style=&quot;scrollbar-color: rgb(75, 75, 75) rgb(27, 29, 30);&quot;&gt;&lt;font style=&quot;font-size: 20px;&quot;&gt;- Pitch -&amp;gt; Fine&lt;/font&gt;&lt;/div&gt;&lt;/div&gt;" style="ellipse;whiteSpace=wrap;html=1;fontSize=14;" parent="1" vertex="1">
                    <mxGeometry x="130" y="440" width="170" height="130" as="geometry"/>
                </mxCell>
                <mxCell id="2" value="&lt;div&gt;&lt;font style=&quot;font-size: 20px;&quot;&gt;&lt;u&gt;sRunLoad&lt;/u&gt;:&lt;/font&gt;&lt;/div&gt;&lt;div&gt;&lt;font style=&quot;font-size: 20px;&quot;&gt;&lt;span&gt;Adjust the variable load&lt;/span&gt;&lt;/font&gt;&lt;/div&gt;&lt;div&gt;&lt;font style=&quot;font-size: 20px;&quot;&gt;&lt;font&gt;&lt;span&gt;given&amp;nbsp;&lt;/span&gt;&lt;/font&gt;&lt;span style=&quot;background-color: transparent;&quot;&gt;&lt;font&gt;shaft RPM&lt;/font&gt;&lt;/span&gt;&lt;/font&gt;&lt;/div&gt;&lt;div&gt;&lt;font style=&quot;font-size: 20px;&quot;&gt;&lt;span&gt;&lt;br&gt;&lt;/span&gt;&lt;/font&gt;&lt;/div&gt;&lt;div&gt;&lt;font style=&quot;font-size: 20px;&quot;&gt;&lt;span&gt;- Signal Load&lt;/span&gt;&lt;/font&gt;&lt;/div&gt;&lt;div&gt;&lt;span style=&quot;color: rgb(63, 63, 63); font-size: 20px; background-color: transparent;&quot;&gt;- Pitch: Fine&lt;/span&gt;&lt;/div&gt;" style="ellipse;whiteSpace=wrap;html=1;fontSize=14;" parent="1" vertex="1">
                    <mxGeometry x="370" y="600" width="250" height="210" as="geometry"/>
                </mxCell>
                <mxCell id="25" value="&lt;div&gt;&lt;font style=&quot;font-size: 20px;&quot;&gt;&lt;span&gt;~safetyTask &amp;amp;&amp;amp;&lt;/span&gt;&lt;/font&gt;&lt;/div&gt;&lt;font style=&quot;font-size: 20px;&quot;&gt;&lt;span style=&quot;color: rgb(63, 63, 63); text-align: left; text-wrap-mode: wrap; background-color: rgb(251, 251, 251);&quot;&gt;producingPositivePower&lt;/span&gt;&lt;span&gt;&amp;nbsp;&amp;amp;&amp;amp;&lt;/span&gt;&lt;/font&gt;&lt;div&gt;&lt;font style=&quot;color: rgb(63, 63, 63); scrollbar-color: rgb(226, 226, 226) rgb(251, 251, 251); font-size: 20px;&quot;&gt;steadyRPM&lt;/font&gt;&lt;/div&gt;" style="edgeStyle=orthogonalEdgeStyle;html=1;exitX=0.5;exitY=1;exitDx=0;exitDy=0;entryX=0;entryY=0.5;entryDx=0;entryDy=0;curved=1;fontSize=14;endSize=10;startSize=10;strokeWidth=5;" parent="1" source="22" target="2" edge="1">
                    <mxGeometry x="-0.5172" y="35" relative="1" as="geometry">
                        <mxPoint y="-1" as="offset"/>
                    </mxGeometry>
                </mxCell>
                <mxCell id="34" value="&lt;span style=&quot;background-color: transparent; text-align: center;&quot;&gt;&lt;font style=&quot;font-size: 20px;&quot;&gt;- hysteresis&lt;/font&gt;&lt;/span&gt;&lt;div&gt;&lt;span style=&quot;background-color: transparent; text-align: center;&quot;&gt;&lt;font style=&quot;font-size: 20px;&quot;&gt;not ideal?&lt;/font&gt;&lt;/span&gt;&lt;/div&gt;" style="shape=note;whiteSpace=wrap;html=1;backgroundOutline=1;darkOpacity=0.05;align=left;fontSize=14;" parent="1" vertex="1">
                    <mxGeometry x="730" y="665" width="160" height="60" as="geometry"/>
                </mxCell>
                <mxCell id="8" value="&lt;div&gt;&lt;font style=&quot;font-size: 20px;&quot;&gt;&lt;u&gt;sESTOP&lt;/u&gt;:&lt;/font&gt;&lt;/div&gt;&lt;div&gt;&lt;font style=&quot;font-size: 20px;&quot;&gt;&lt;div style=&quot;scrollbar-color: rgb(75, 75, 75) rgb(27, 29, 30);&quot;&gt;&lt;span style=&quot;color: rgb(63, 63, 63); background-color: transparent;&quot;&gt;- pitch -&amp;gt; feather&lt;/span&gt;&lt;/div&gt;&lt;/font&gt;&lt;/div&gt;" style="ellipse;whiteSpace=wrap;html=1;fontSize=14;" parent="1" vertex="1">
                    <mxGeometry x="570" y="160" width="190" height="130" as="geometry"/>
                </mxCell>
                <mxCell id="28" style="edgeStyle=orthogonalEdgeStyle;html=1;exitX=0.5;exitY=0;exitDx=0;exitDy=0;entryX=0.5;entryY=1;entryDx=0;entryDy=0;curved=1;fillColor=#a20025;strokeColor=#6F0000;fontSize=14;endSize=10;startSize=10;strokeWidth=5;" parent="1" source="2" target="8" edge="1">
                    <mxGeometry relative="1" as="geometry">
                        <Array as="points">
                            <mxPoint x="495" y="490"/>
                            <mxPoint x="610" y="490"/>
                            <mxPoint x="610" y="380"/>
                            <mxPoint x="665" y="380"/>
                        </Array>
                    </mxGeometry>
                </mxCell>
                <mxCell id="27" style="edgeStyle=orthogonalEdgeStyle;html=1;exitX=1;exitY=0.5;exitDx=0;exitDy=0;entryX=0.5;entryY=1;entryDx=0;entryDy=0;curved=1;fillColor=#a20025;strokeColor=#6F0000;fontSize=14;endSize=10;startSize=10;strokeWidth=5;" parent="1" source="22" target="8" edge="1">
                    <mxGeometry relative="1" as="geometry">
                        <Array as="points">
                            <mxPoint x="610" y="505"/>
                            <mxPoint x="610" y="380"/>
                            <mxPoint x="665" y="380"/>
                        </Array>
                    </mxGeometry>
                </mxCell>
                <mxCell id="30" value="&lt;font style=&quot;color: light-dark(rgb(0, 0, 0), rgb(255, 197, 197)); font-size: 20px;&quot;&gt;safetyTask&lt;/font&gt;" style="edgeLabel;html=1;align=center;verticalAlign=middle;resizable=0;points=[];fontSize=14;" parent="27" vertex="1" connectable="0">
                    <mxGeometry x="0.6492" y="16" relative="1" as="geometry">
                        <mxPoint x="12" y="-24" as="offset"/>
                    </mxGeometry>
                </mxCell>
                <mxCell id="3" value="&lt;div&gt;&lt;font style=&quot;font-size: 20px;&quot;&gt;&lt;u&gt;sCurtail&lt;/u&gt;:&lt;/font&gt;&lt;/div&gt;&lt;div&gt;&lt;div style=&quot;scrollbar-color: rgb(75, 75, 75) rgb(27, 29, 30);&quot;&gt;&lt;span style=&quot;color: rgb(63, 63, 63); font-size: 20px; background-color: transparent;&quot;&gt;- Signal Load&lt;/span&gt;&lt;/div&gt;&lt;div style=&quot;scrollbar-color: rgb(75, 75, 75) rgb(27, 29, 30);&quot;&gt;&lt;span style=&quot;color: rgb(63, 63, 63); font-size: 20px; background-color: transparent;&quot;&gt;- Pitch: PI&lt;/span&gt;&lt;/div&gt;&lt;/div&gt;" style="ellipse;whiteSpace=wrap;html=1;fontSize=14;" parent="1" vertex="1">
                    <mxGeometry x="650" y="400" width="160" height="120" as="geometry"/>
                </mxCell>
                <mxCell id="26" value="&lt;div&gt;&lt;font style=&quot;font-size: 20px;&quot;&gt;~safetyTask &amp;amp;&amp;amp;&lt;/font&gt;&lt;/div&gt;&lt;span style=&quot;color: rgb(63, 63, 63); font-size: 20px; text-align: left; text-wrap-mode: wrap; background-color: rgb(251, 251, 251);&quot;&gt;targetRPMExceeded&amp;nbsp;&lt;/span&gt;" style="edgeStyle=orthogonalEdgeStyle;html=1;exitX=1;exitY=0;exitDx=0;exitDy=0;entryX=0;entryY=1;entryDx=0;entryDy=0;curved=1;fontSize=14;endSize=10;startSize=10;strokeWidth=5;" parent="1" source="2" target="3" edge="1">
-                     <mxGeometry x="-0.016" relative="1" as="geometry">
+                     <mxGeometry x="-0.0166" y="-10" relative="1" as="geometry">
                        <Array as="points">
                            <mxPoint x="600" y="631"/>
                            <mxPoint x="600" y="502"/>
                        </Array>
                        <mxPoint as="offset"/>
                    </mxGeometry>
                </mxCell>
                <mxCell id="42" value="&lt;font style=&quot;font-size: 20px;&quot;&gt;~safetyTask &amp;amp;&amp;amp;&lt;/font&gt;&lt;div&gt;&lt;span style=&quot;color: rgb(63, 63, 63); font-size: 20px; text-align: left; text-wrap-mode: wrap; background-color: rgb(251, 251, 251);&quot;&gt;targetRPMMet&lt;/span&gt;&lt;/div&gt;" style="edgeStyle=orthogonalEdgeStyle;html=1;exitX=0.5;exitY=1;exitDx=0;exitDy=0;entryX=1;entryY=0.5;entryDx=0;entryDy=0;curved=1;fontSize=14;endSize=10;startSize=10;strokeWidth=5;" parent="1" source="3" target="2" edge="1">
-                     <mxGeometry x="-0.3221" y="40" relative="1" as="geometry">
+                     <mxGeometry x="-0.322" y="-10" relative="1" as="geometry">
                        <mxPoint as="offset"/>
                    </mxGeometry>
                </mxCell>
                <mxCell id="5" value="&lt;div&gt;&lt;font style=&quot;font-size: 20px;&quot;&gt;&lt;u&gt;sRST&lt;/u&gt;:&lt;/font&gt;&lt;/div&gt;&lt;div&gt;&lt;font style=&quot;font-size: 20px;&quot;&gt;(Default)&lt;/font&gt;&lt;/div&gt;&lt;div&gt;&lt;span style=&quot;color: rgb(63, 63, 63); font-size: 20px; background-color: transparent;&quot;&gt;- Pitch -&amp;gt; cut in&lt;/span&gt;&lt;/div&gt;" style="ellipse;whiteSpace=wrap;html=1;fontSize=14;" parent="1" vertex="1">
                    <mxGeometry x="270" y="200" width="200" height="160" as="geometry"/>
                </mxCell>
                <mxCell id="24" value="&lt;font style=&quot;font-size: 20px;&quot;&gt;&lt;span&gt;safetyTask &amp;amp;&amp;amp;&lt;/span&gt;&lt;/font&gt;&lt;div&gt;&lt;span style=&quot;color: rgb(63, 63, 63); font-size: 20px; text-align: left; text-wrap-mode: wrap; background-color: rgb(251, 251, 251);&quot;&gt;&lt;u&gt;producingPositivePower&lt;/u&gt;&lt;/span&gt;&lt;/div&gt;&lt;div&gt;&lt;br&gt;&lt;/div&gt;" style="edgeStyle=orthogonalEdgeStyle;html=1;exitX=0;exitY=0.5;exitDx=0;exitDy=0;entryX=0;entryY=0.5;entryDx=0;entryDy=0;curved=1;fontSize=14;endSize=10;startSize=10;strokeWidth=5;" parent="1" source="5" target="22" edge="1">
                    <mxGeometry x="0.0835" y="60" relative="1" as="geometry">
                        <Array as="points">
                            <mxPoint x="90" y="280"/>
                            <mxPoint x="90" y="505"/>
                        </Array>
                        <mxPoint as="offset"/>
                    </mxGeometry>
                </mxCell>
                <mxCell id="44" value="&lt;span&gt;&lt;font style=&quot;font-size: 20px;&quot;&gt;Power Curve&lt;/font&gt;&lt;/span&gt;&lt;div&gt;&lt;span&gt;&lt;font style=&quot;font-size: 20px;&quot;&gt;Performance Task&lt;/font&gt;&lt;/span&gt;&lt;/div&gt;" style="shape=note;whiteSpace=wrap;html=1;backgroundOutline=1;darkOpacity=0.05;align=left;fontSize=14;" parent="1" vertex="1">
                    <mxGeometry x="230" y="730" width="150" height="70" as="geometry"/>
                </mxCell>
                <mxCell id="47" value="&lt;div&gt;&lt;span&gt;&lt;font style=&quot;font-size: 20px;&quot;&gt;Control of&lt;/font&gt;&lt;/span&gt;&lt;/div&gt;&lt;div&gt;&lt;font style=&quot;font-size: 20px;&quot;&gt;&lt;span&gt;Rated&amp;nbsp;&lt;/span&gt;&lt;span style=&quot;background-color: transparent;&quot;&gt;&lt;font&gt;Power&lt;/font&gt;&lt;/span&gt;&lt;/font&gt;&lt;/div&gt;&lt;div&gt;&lt;span style=&quot;background-color: transparent;&quot;&gt;&lt;font style=&quot;font-size: 20px;&quot;&gt;&amp;amp; Durability Task&lt;/font&gt;&lt;/span&gt;&lt;/div&gt;" style="shape=note;whiteSpace=wrap;html=1;backgroundOutline=1;darkOpacity=0.05;align=left;fontSize=14;" parent="1" vertex="1">
                    <mxGeometry x="820" y="415" width="130" height="100" as="geometry"/>
                </mxCell>
                <mxCell id="48" value="&lt;div&gt;&lt;span&gt;&lt;font style=&quot;font-size: 20px;&quot;&gt;Safety Task&lt;/font&gt;&lt;/span&gt;&lt;/div&gt;" style="shape=note;whiteSpace=wrap;html=1;backgroundOutline=1;darkOpacity=0.05;align=left;fontSize=14;" parent="1" vertex="1">
                    <mxGeometry x="690" y="110" width="100" height="50" as="geometry"/>
                </mxCell>
                <mxCell id="53" value="&lt;div&gt;&lt;span style=&quot;font-size: 20px;&quot;&gt;&lt;b&gt;Inputs from Load:&lt;/b&gt;&lt;/span&gt;&lt;/div&gt;&lt;span style=&quot;font-size: 20px;&quot;&gt;- safetyTask&lt;/span&gt;&lt;div&gt;&lt;span style=&quot;font-size: 20px;&quot;&gt;- producingPositivePower&lt;/span&gt;&lt;/div&gt;" style="shape=note;whiteSpace=wrap;html=1;backgroundOutline=1;darkOpacity=0.05;align=left;fontSize=14;" parent="1" vertex="1">
                    <mxGeometry x="970" y="415" width="230" height="80" as="geometry"/>
                </mxCell>
                <mxCell id="152" value="&lt;font&gt;2026 Software FSM&lt;/font&gt;" style="shape=umlFrame;whiteSpace=wrap;html=1;pointerEvents=0;recursiveResize=0;container=0;collapsible=0;width=160;fontSize=14;movable=0;resizable=0;rotatable=0;deletable=0;editable=0;locked=1;connectable=0;" parent="1" vertex="1">
                    <mxGeometry x="10" y="10" width="2520" height="840" as="geometry"/>
                </mxCell>
                <mxCell id="86" value="&lt;font&gt;Note: Although all&amp;nbsp;&lt;span style=&quot;background-color: transparent;&quot;&gt;&lt;font&gt;outputs&amp;nbsp;&lt;/font&gt;&lt;/span&gt;&lt;/font&gt;&lt;span style=&quot;background-color: transparent;&quot;&gt;have been&amp;nbsp;&lt;/span&gt;&lt;span style=&quot;background-color: transparent;&quot;&gt;depicted as per state (More), they will moved to state transitions (Mealy) in the implementation.&lt;/span&gt;" style="shape=note;whiteSpace=wrap;html=1;backgroundOutline=1;darkOpacity=0.05;align=left;fontSize=20;" parent="1" vertex="1">
                    <mxGeometry x="610" y="790" width="1220" height="40" as="geometry"/>
                </mxCell>
                <mxCell id="158" value="&lt;font style=&quot;color: rgb(63, 63, 63); scrollbar-color: rgb(226, 226, 226) rgb(251, 251, 251); text-align: center; text-wrap-mode: nowrap; background-color: rgb(255, 255, 255); font-size: 20px;&quot;&gt;&lt;span style=&quot;color: rgb(63, 63, 63); scrollbar-color: rgb(226, 226, 226) rgb(251, 251, 251);&quot;&gt;&lt;font style=&quot;color: rgb(63, 63, 63); scrollbar-color: rgb(226, 226, 226) rgb(251, 251, 251);&quot;&gt;&lt;span style=&quot;color: rgb(63, 63, 63); scrollbar-color: rgb(226, 226, 226) rgb(251, 251, 251);&quot;&gt;steadyRPM&lt;/span&gt;&lt;/font&gt;&lt;span style=&quot;scrollbar-color: rgb(226, 226, 226) rgb(251, 251, 251); color: rgb(192, 192, 192);&quot;&gt;&amp;nbsp;=&amp;nbsp;&lt;/span&gt;&lt;/span&gt;&lt;/font&gt;&lt;div&gt;&lt;font style=&quot;color: rgb(63, 63, 63); scrollbar-color: rgb(226, 226, 226) rgb(251, 251, 251); text-align: center; text-wrap-mode: nowrap; background-color: rgb(255, 255, 255); font-size: 20px;&quot;&gt;&lt;span style=&quot;color: rgb(63, 63, 63); scrollbar-color: rgb(226, 226, 226) rgb(251, 251, 251);&quot;&gt;(dRPM/dt &amp;lt; 20 RPM/s)&lt;/span&gt;&lt;/font&gt;&lt;span style=&quot;scrollbar-color: rgb(226, 226, 226) rgb(251, 251, 251); text-align: center; text-wrap-mode: nowrap; font-size: 20px; background-color: rgb(255, 255, 255); color: rgb(192, 192, 192);&quot;&gt;&amp;nbsp;&lt;/span&gt;&lt;/div&gt;" style="shape=note;whiteSpace=wrap;html=1;backgroundOutline=1;darkOpacity=0.05;align=left;fontSize=14;" parent="1" vertex="1">
                    <mxGeometry x="950" y="90" width="250" height="60" as="geometry"/>
                </mxCell>
                <mxCell id="159" value="&lt;div&gt;&lt;font style=&quot;color: rgb(63, 63, 63); scrollbar-color: rgb(226, 226, 226) rgb(251, 251, 251); text-align: center; text-wrap-mode: nowrap; background-color: rgb(255, 255, 255); font-size: 20px;&quot;&gt;&lt;span style=&quot;color: rgb(63, 63, 63); scrollbar-color: rgb(226, 226, 226) rgb(251, 251, 251);&quot;&gt;&lt;span style=&quot;color: rgb(63, 63, 63); text-align: left; text-wrap-mode: wrap; background-color: rgb(251, 251, 251);&quot;&gt;targetRPMExceeded =&lt;/span&gt;&lt;/span&gt;&lt;/font&gt;&lt;/div&gt;&lt;div&gt;&lt;font style=&quot;color: rgb(63, 63, 63); scrollbar-color: rgb(226, 226, 226) rgb(251, 251, 251); text-align: center; text-wrap-mode: nowrap; background-color: rgb(255, 255, 255); font-size: 20px;&quot;&gt;RPM &amp;gt; t&lt;/font&gt;&lt;span style=&quot;color: rgb(63, 63, 63); scrollbar-color: rgb(226, 226, 226) rgb(251, 251, 251); text-align: center; text-wrap-mode: nowrap; font-size: 20px; background-color: rgb(255, 255, 255);&quot;&gt;&lt;font style=&quot;color: rgb(63, 63, 63); scrollbar-color: rgb(226, 226, 226) rgb(251, 251, 251);&quot;&gt;argetRPM&lt;/font&gt;&lt;/span&gt;&lt;/div&gt;" style="shape=note;whiteSpace=wrap;html=1;backgroundOutline=1;darkOpacity=0.05;align=left;fontSize=14;" parent="1" vertex="1">
                    <mxGeometry x="950" y="160" width="250" height="60" as="geometry"/>
                </mxCell>
                <mxCell id="160" value="&lt;div&gt;&lt;font style=&quot;color: rgb(63, 63, 63); scrollbar-color: rgb(226, 226, 226) rgb(251, 251, 251); text-align: center; text-wrap-mode: nowrap; background-color: rgb(255, 255, 255); font-size: 20px;&quot;&gt;&lt;span style=&quot;color: rgb(63, 63, 63); scrollbar-color: rgb(226, 226, 226) rgb(251, 251, 251);&quot;&gt;&lt;span style=&quot;color: rgb(63, 63, 63); text-align: left; text-wrap-mode: wrap; background-color: rgb(251, 251, 251);&quot;&gt;&lt;span style=&quot;color: rgb(63, 63, 63); background-color: transparent;&quot;&gt;targetRPMMet&amp;nbsp;&lt;/span&gt;=&amp;nbsp;&lt;/span&gt;&lt;/span&gt;&lt;/font&gt;&lt;/div&gt;&lt;div&gt;&lt;span style=&quot;background-color: rgb(255, 255, 255); color: rgb(63, 63, 63); font-size: 20px; text-align: center; text-wrap-mode: nowrap;&quot;&gt;RPM &amp;lt;&amp;nbsp;&lt;/span&gt;&lt;span style=&quot;font-size: 20px; background-color: light-dark(rgb(255, 255, 255), rgb(18, 18, 18)); text-align: center; text-wrap-mode: nowrap;&quot;&gt;(targetRPM -&lt;/span&gt;&lt;/div&gt;&lt;div&gt;&lt;div style=&quot;color: rgb(63, 63, 63); scrollbar-color: rgb(226, 226, 226) rgb(251, 251, 251); text-align: center; text-wrap-mode: nowrap; background-color: rgb(255, 255, 255);&quot;&gt;&lt;span style=&quot;color: rgb(63, 63, 63); scrollbar-color: rgb(226, 226, 226) rgb(251, 251, 251); font-size: 20px;&quot;&gt;sHysteresisWindow)&lt;/span&gt;&lt;/div&gt;&lt;/div&gt;" style="shape=note;whiteSpace=wrap;html=1;backgroundOutline=1;darkOpacity=0.05;align=left;fontSize=14;" parent="1" vertex="1">
                    <mxGeometry x="950" y="230" width="250" height="80" as="geometry"/>
                </mxCell>
                <mxCell id="61" value="&lt;font style=&quot;font-size: 20px;&quot;&gt;- Last year, we ran the&amp;nbsp;&lt;/font&gt;&lt;span style=&quot;color: rgb(63, 63, 63); font-size: 20px; background-color: transparent;&quot;&gt;FSM at 9 Hz&lt;/span&gt;&lt;div&gt;&lt;div&gt;&lt;font style=&quot;font-size: 20px;&quot;&gt;- These loops may be overridden manually for testing&lt;/font&gt;&lt;/div&gt;&lt;/div&gt;" style="shape=note;whiteSpace=wrap;html=1;backgroundOutline=1;darkOpacity=0.05;align=left;fontSize=14;" parent="1" vertex="1">
                    <mxGeometry x="970" y="720" width="550" height="60" as="geometry"/>
                </mxCell>
                <mxCell id="161" value="- Backfeed controls have been moved to hardware as of last year" style="shape=note;whiteSpace=wrap;html=1;backgroundOutline=1;darkOpacity=0.05;align=left;fontSize=20;" parent="1" vertex="1">
                    <mxGeometry x="2310" y="720" width="200" height="110" as="geometry"/>
                </mxCell>
            </root>
        </mxGraphModel>
    </diagram>
</mxfile>